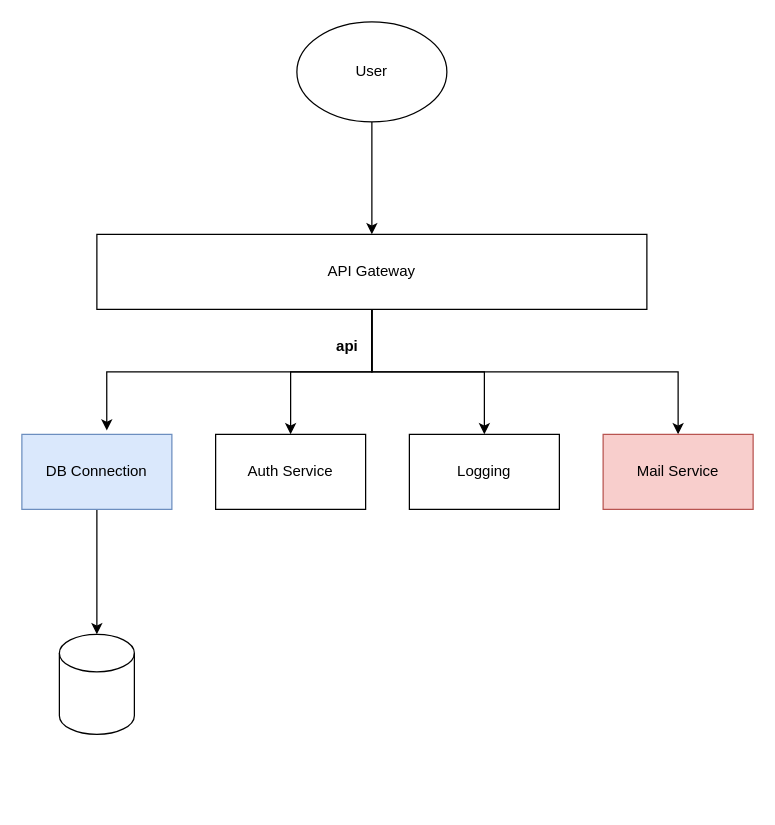
Earlier version of the draw.io diagram page "Page-7" (7 of 7) of refs/node-diagrams.drawio (synergy2411/dxc-feb-22). Source tidied: cells renumbered, new cells numbered last; positions are measured from the earlier drawing's top-left corner, leaving out a move shared by most shapes. Both pictures are drawn from the tidied source at 125%, with x=0, y=0 at pixel (21, 21).
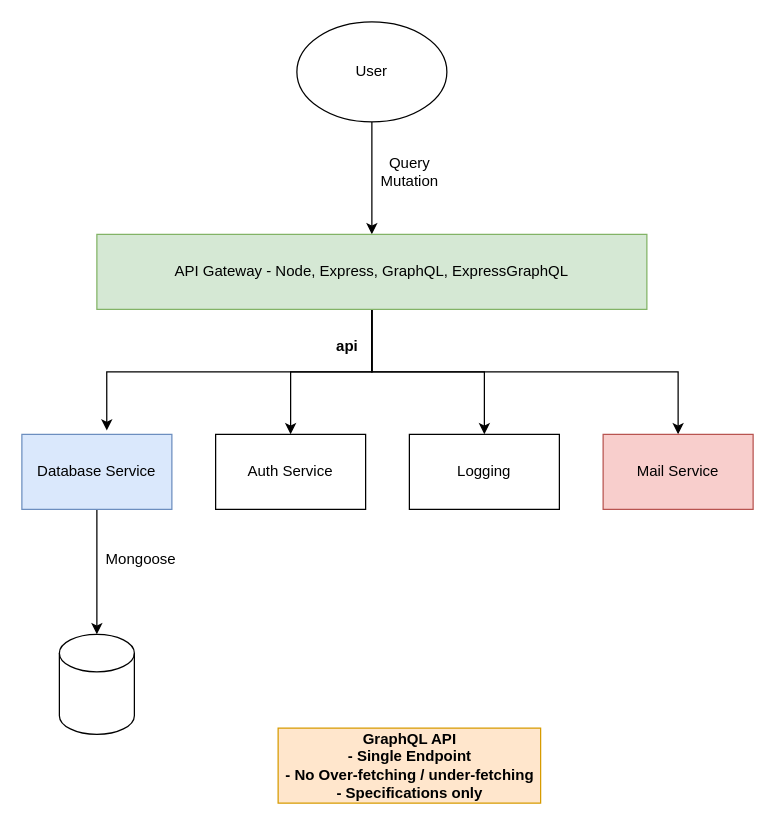
After the change.

Commit message (it also covers changes not shown here):
graphql API added

Diff of the diagram source:
```diff
@@
 <mxGraphModel>
   <root>
     <mxCell id="0" />
     <mxCell id="1" parent="0" />
     <mxCell id="2" style="edgeStyle=orthogonalEdgeStyle;rounded=0;jettySize=auto;html=1;" parent="1" edge="1" source="3" target="8">
       <mxGeometry relative="1" as="geometry" />
     </mxCell>
     <mxCell id="3" value="User" style="ellipse;whiteSpace=wrap;html=1;" parent="1" vertex="1">
       <mxGeometry x="220" width="120" height="80" as="geometry" />
     </mxCell>
     <mxCell id="4" style="edgeStyle=orthogonalEdgeStyle;rounded=0;jettySize=auto;html=1;exitX=0.5;exitY=1;exitDx=0;exitDy=0;entryX=0.566;entryY=-0.052;entryDx=0;entryDy=0;entryPerimeter=0;" parent="1" edge="1" source="8" target="10">
       <mxGeometry relative="1" as="geometry" />
     </mxCell>
     <mxCell id="5" style="edgeStyle=orthogonalEdgeStyle;rounded=0;jettySize=auto;html=1;exitX=0.5;exitY=1;exitDx=0;exitDy=0;" parent="1" edge="1" source="8" target="11">
       <mxGeometry relative="1" as="geometry" />
     </mxCell>
     <mxCell id="6" style="edgeStyle=orthogonalEdgeStyle;rounded=0;jettySize=auto;html=1;exitX=0.5;exitY=1;exitDx=0;exitDy=0;" parent="1" edge="1" source="8" target="12">
       <mxGeometry relative="1" as="geometry" />
     </mxCell>
     <mxCell id="7" style="edgeStyle=orthogonalEdgeStyle;rounded=0;jettySize=auto;html=1;exitX=0.5;exitY=1;exitDx=0;exitDy=0;" parent="1" edge="1" source="8" target="13">
       <mxGeometry relative="1" as="geometry" />
     </mxCell>
-    <mxCell id="8" value="API Gateway" style="whiteSpace=wrap;html=1;" parent="1" vertex="1">
+    <mxCell id="8" value="API Gateway - Node, Express, GraphQL, ExpressGraphQL" style="whiteSpace=wrap;html=1;fillColor=#d5e8d4;strokeColor=#82b366;" parent="1" vertex="1">
       <mxGeometry x="60" y="170" width="440" height="60" as="geometry" />
     </mxCell>
     <mxCell id="9" style="edgeStyle=orthogonalEdgeStyle;rounded=0;jettySize=auto;html=1;exitX=0.5;exitY=1;exitDx=0;exitDy=0;entryX=0.5;entryY=0;entryDx=0;entryDy=0;entryPerimeter=0;" parent="1" edge="1" source="10" target="14">
       <mxGeometry relative="1" as="geometry" />
     </mxCell>
-    <mxCell id="10" value="DB Connection" style="rounded=0;whiteSpace=wrap;html=1;fillColor=#dae8fc;strokeColor=#6c8ebf;" parent="1" vertex="1">
+    <mxCell id="10" value="Database Service" style="rounded=0;whiteSpace=wrap;html=1;fillColor=#dae8fc;strokeColor=#6c8ebf;" parent="1" vertex="1">
       <mxGeometry y="330" width="120" height="60" as="geometry" />
     </mxCell>
     <mxCell id="11" value="Auth Service" style="rounded=0;whiteSpace=wrap;html=1;" parent="1" vertex="1">
       <mxGeometry x="155" y="330" width="120" height="60" as="geometry" />
     </mxCell>
     <mxCell id="12" value="Logging" style="rounded=0;whiteSpace=wrap;html=1;" parent="1" vertex="1">
       <mxGeometry x="310" y="330" width="120" height="60" as="geometry" />
     </mxCell>
     <mxCell id="13" value="Mail Service" style="rounded=0;whiteSpace=wrap;html=1;fillColor=#f8cecc;strokeColor=#b85450;" parent="1" vertex="1">
       <mxGeometry x="465" y="330" width="120" height="60" as="geometry" />
     </mxCell>
     <mxCell id="14" style="shape=cylinder3;whiteSpace=wrap;html=1;boundedLbl=1;backgroundOutline=1;size=15;" parent="1" vertex="1">
       <mxGeometry x="30" y="490" width="60" height="80" as="geometry" />
     </mxCell>
     <mxCell id="15" value="api" style="text;html=1;align=center;verticalAlign=middle;strokeColor=none;fillColor=none;fontStyle=1;" parent="1" vertex="1">
       <mxGeometry x="245" y="250" width="30" height="20" as="geometry" />
     </mxCell>
+    <mxCell id="16" value="Query&lt;br&gt;Mutation" style="text;html=1;align=center;verticalAlign=middle;strokeColor=none;fillColor=none;" parent="1" vertex="1">
+      <mxGeometry x="280" y="105" width="60" height="30" as="geometry" />
+    </mxCell>
+    <mxCell id="17" value="Mongoose" style="text;html=1;align=center;verticalAlign=middle;strokeColor=none;fillColor=none;" parent="1" vertex="1">
+      <mxGeometry x="60" y="420" width="70" height="20" as="geometry" />
+    </mxCell>
+    <mxCell id="18" value="GraphQL API&lt;br&gt;- Single Endpoint&lt;br&gt;- No Over-fetching / under-fetching&lt;br&gt;- Specifications only" style="text;html=1;align=center;verticalAlign=middle;strokeColor=#d79b00;fillColor=#ffe6cc;fontStyle=1;" parent="1" vertex="1">
+      <mxGeometry x="205" y="565" width="210" height="60" as="geometry" />
+    </mxCell>
   </root>
 </mxGraphModel>
```
